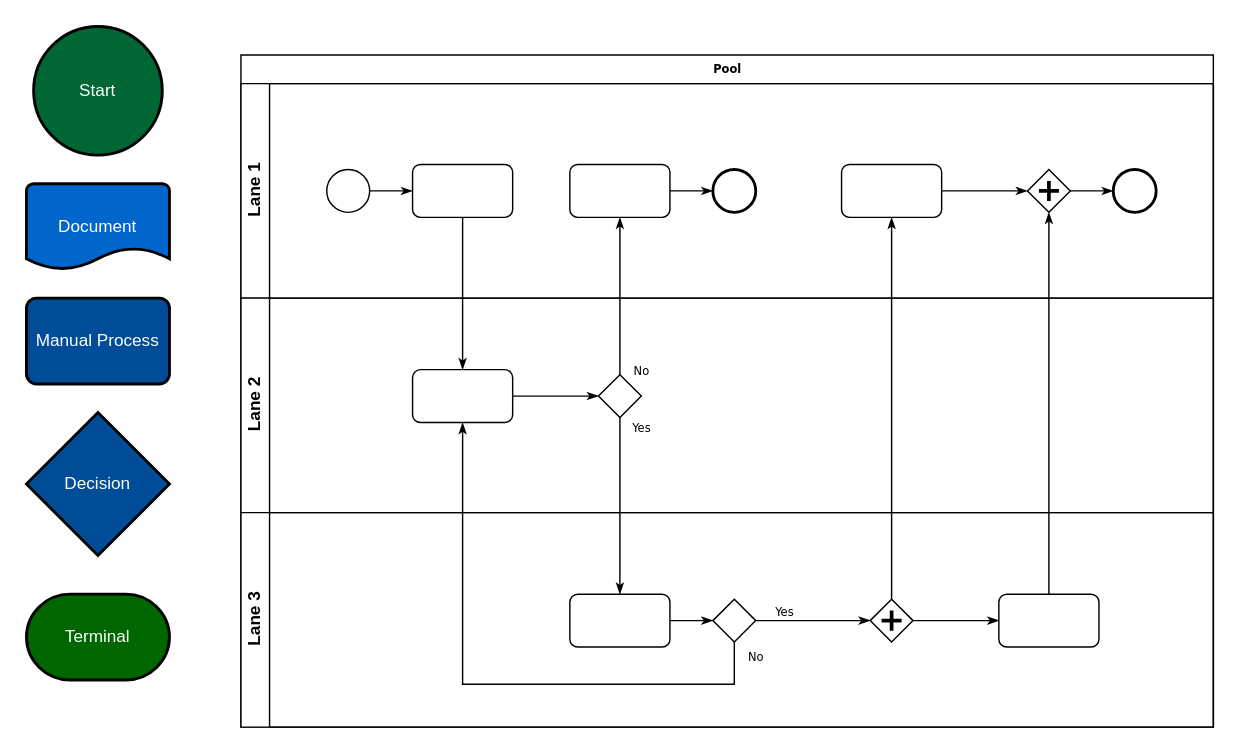
This is GR_Flowchart.drawio from chengkahohk/ZPHK_GR_workflow, a draw.io file, before an edit. Source tidied: cells renumbered, new cells numbered last; positions are measured from the earlier drawing's top-left corner, leaving out a move shared by most shapes. Both pictures are drawn from the tidied source at 143%, with x=0, y=0 at pixel (26, 26).
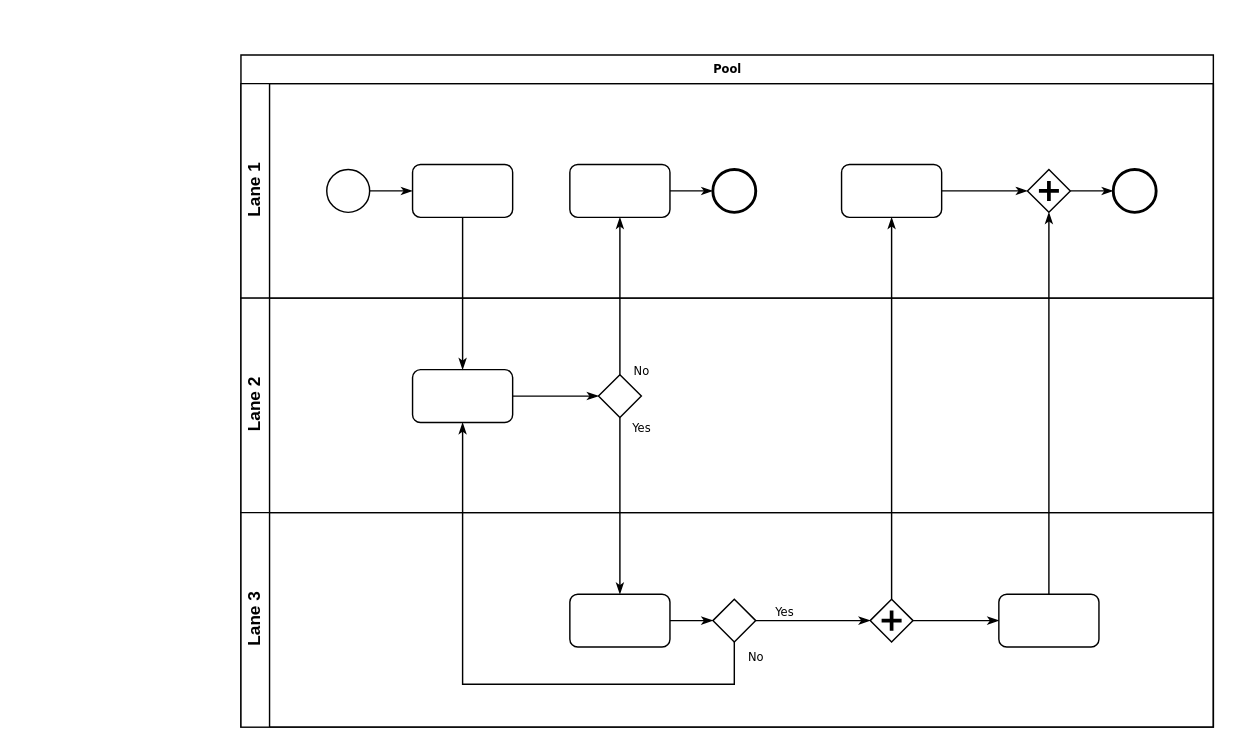
Above is the later version.

Change to the diagram source:
```diff
@@
-    <mxCell id="33" value="Manual Process" style="rounded=1;whiteSpace=wrap;html=1;absoluteArcSize=1;arcSize=14;strokeWidth=2;fillColor=#004C99;fontColor=#FFFFFF;" parent="1" vertex="1">
-      <mxGeometry y="190" width="100" height="60" as="geometry" />
-    </mxCell>
-    <mxCell id="34" value="Document" style="strokeWidth=2;html=1;shape=mxgraph.flowchart.document2;whiteSpace=wrap;size=0.25;rounded=1;fontFamily=Helvetica;fontSize=12;fontColor=#FFFFFF;fillColor=#0066CC;" parent="1" vertex="1">
-      <mxGeometry y="110" width="100" height="60" as="geometry" />
-    </mxCell>
-    <mxCell id="35" value="Decision" style="strokeWidth=2;html=1;shape=mxgraph.flowchart.decision;whiteSpace=wrap;rounded=1;fontFamily=Helvetica;fontSize=12;fontColor=#FFFFFF;fillColor=#004C99;" parent="1" vertex="1">
-      <mxGeometry y="270" width="100" height="100" as="geometry" />
-    </mxCell>
-    <mxCell id="36" value="Terminal" style="strokeWidth=2;html=1;shape=mxgraph.flowchart.terminator;whiteSpace=wrap;rounded=1;fontFamily=Helvetica;fontSize=12;fontColor=#FFFFFF;fillColor=#006600;" parent="1" vertex="1">
-      <mxGeometry y="397" width="100" height="60" as="geometry" />
-    </mxCell>
-    <mxCell id="37" value="Start" style="strokeWidth=2;html=1;shape=mxgraph.flowchart.start_2;whiteSpace=wrap;rounded=1;fontFamily=Helvetica;fontSize=12;fontColor=#FFFFFF;fillColor=#006633;" parent="1" vertex="1">
-      <mxGeometry x="5" width="90" height="90" as="geometry" />
-    </mxCell>
```
